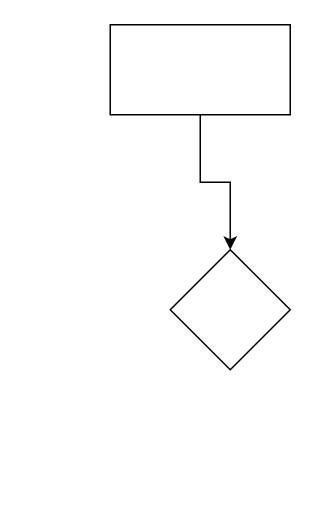
Earlier version of the draw.io diagram 未命名绘图.drawio (gudanrenao/draw.io). Source tidied: cells renumbered, new cells numbered last; positions are measured from the earlier drawing's top-left corner, leaving out a move shared by most shapes. Both pictures are drawn from the tidied source at 150%, with x=0, y=0 at pixel (110, 24).
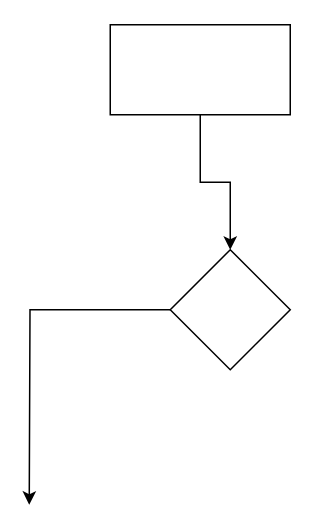
Above is the later version.

Commit message (it also covers changes not shown here):
更新未命名绘图.drawio

The edit, as a diff of the source:
```diff
@@
 <mxGraphModel>
   <root>
     <mxCell id="0" />
     <mxCell id="1" parent="0" />
     <mxCell id="2" style="edgeStyle=orthogonalEdgeStyle;rounded=0;jettySize=auto;html=1;entryX=0.5;entryY=0;entryDx=0;entryDy=0;" parent="1" edge="1" source="3" target="4">
       <mxGeometry relative="1" as="geometry" />
     </mxCell>
     <mxCell id="3" style="rounded=0;whiteSpace=wrap;html=1;" parent="1" vertex="1">
       <mxGeometry width="120" height="60" as="geometry" />
     </mxCell>
+    <mxCell id="5" style="edgeStyle=orthogonalEdgeStyle;rounded=0;jettySize=auto;html=1;" parent="1" edge="1" source="4">
+      <mxGeometry relative="1" as="geometry">
+        <mxPoint x="-54" y="320" as="targetPoint" />
+      </mxGeometry>
+    </mxCell>
     <mxCell id="4" style="rhombus;whiteSpace=wrap;html=1;" parent="1" vertex="1">
       <mxGeometry x="40" y="150" width="80" height="80" as="geometry" />
     </mxCell>
   </root>
 </mxGraphModel>
```
